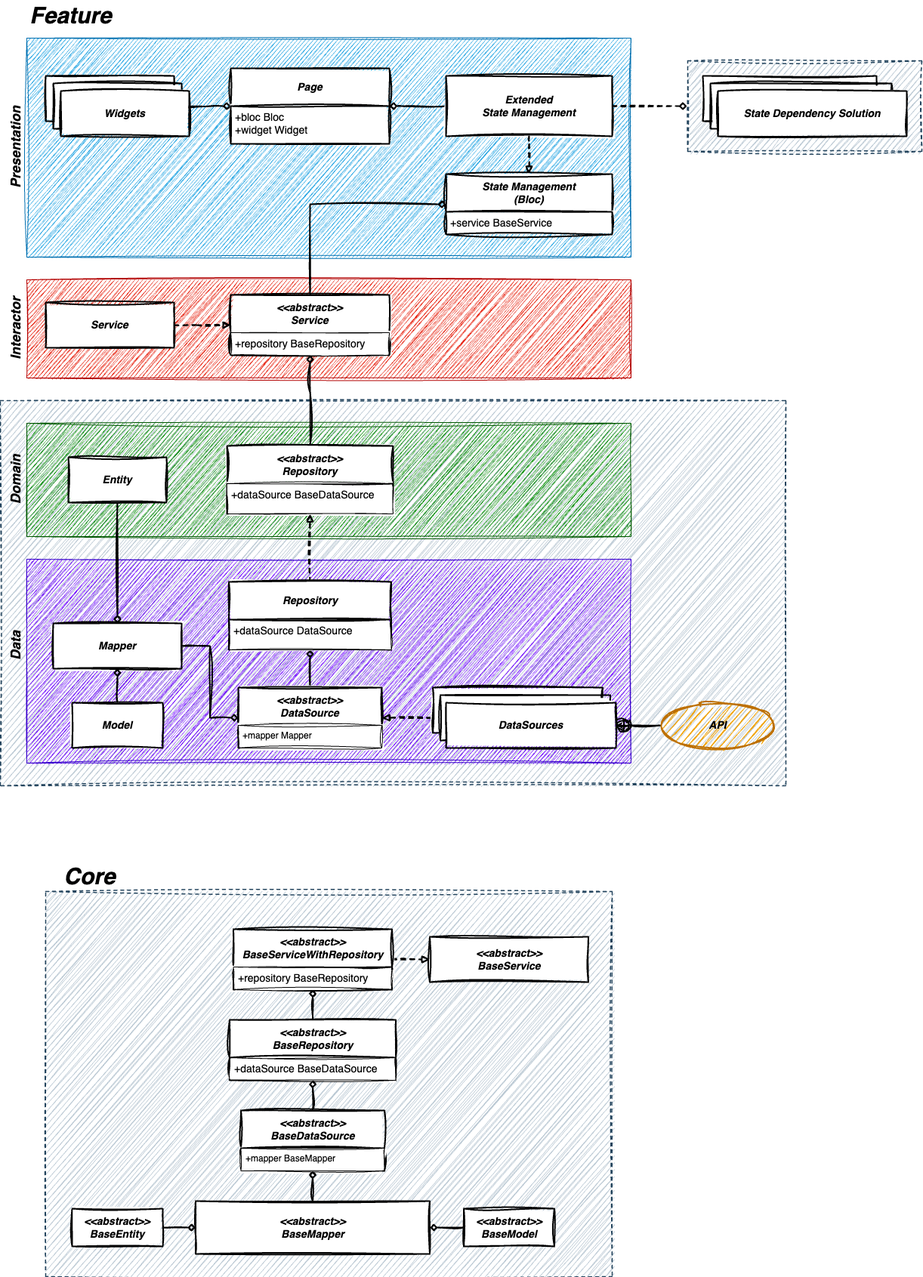
Above: architecture.drawio.png in hamed-rezaee/flutter_component_architecture_poc (draw.io), before the change. Source tidied: cells renumbered, new cells last; positions are measured from the earlier drawing's top-left corner, leaving out a move shared by most shapes.
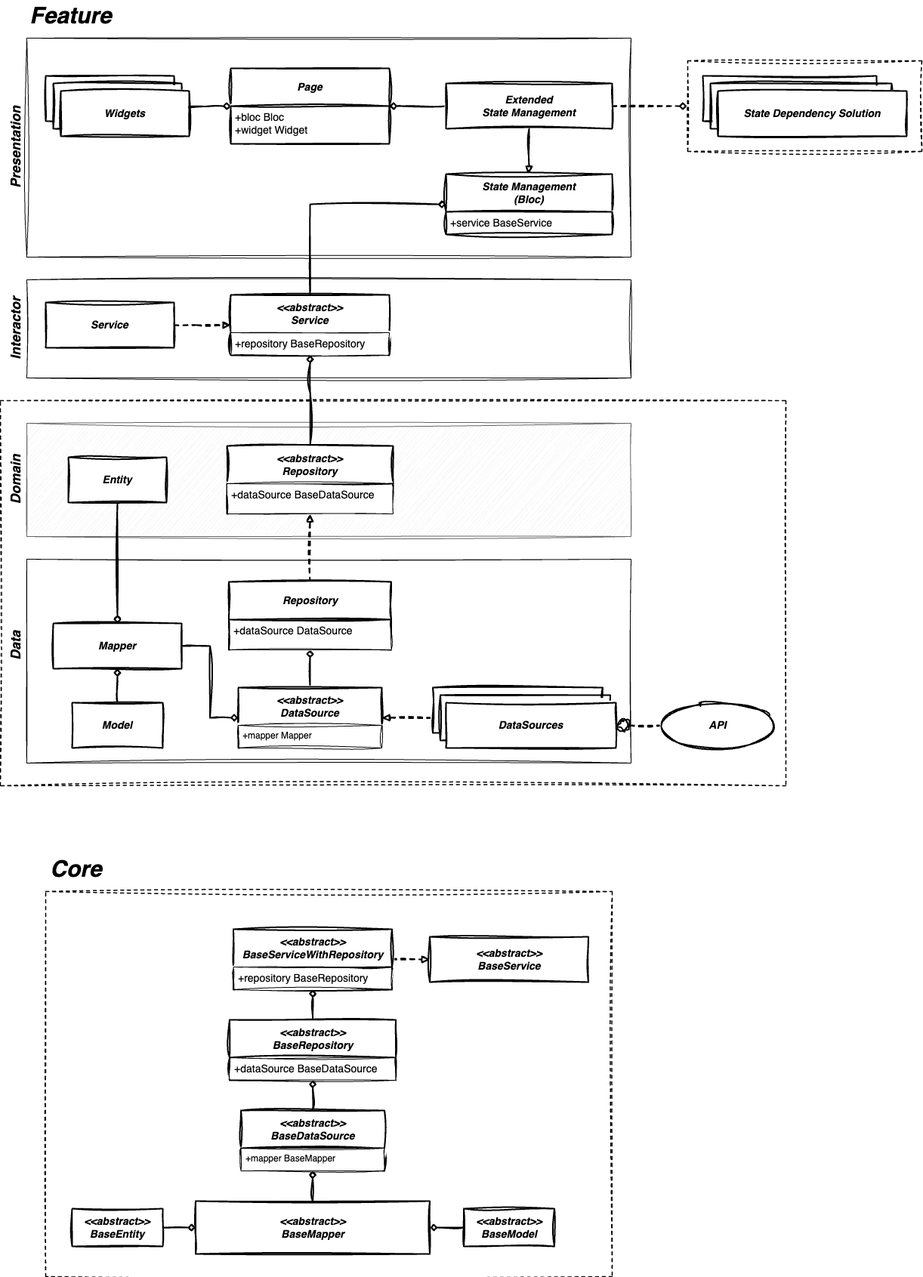
Later version of the same file.

Commit message:
update architecture digram

The edit, as a diff of the source:
```diff
@@ -2,25 +2,25 @@
   <root>
     <mxCell id="0" />
     <mxCell id="1" parent="0" />
-    <mxCell id="2" style="rounded=0;whiteSpace=wrap;html=1;dashed=1;shadow=0;glass=0;fillColor=#bac8d3;sketch=1;curveFitting=1;jiggle=2;strokeWidth=1.5;perimeterSpacing=1;strokeColor=#23445d;" parent="1" vertex="1">
+    <mxCell id="2" style="rounded=0;whiteSpace=wrap;html=1;dashed=1;shadow=0;glass=0;sketch=1;curveFitting=1;jiggle=2;strokeWidth=1.5;perimeterSpacing=1;" parent="1" vertex="1">
       <mxGeometry x="60" y="1180" width="750" height="510" as="geometry" />
     </mxCell>
-    <mxCell id="3" style="rounded=0;whiteSpace=wrap;html=1;dashed=1;shadow=0;glass=0;fillColor=#bac8d3;sketch=1;curveFitting=1;jiggle=2;strokeWidth=1.5;perimeterSpacing=1;strokeColor=#23445d;" parent="1" vertex="1">
+    <mxCell id="3" style="rounded=0;whiteSpace=wrap;html=1;dashed=1;shadow=0;glass=0;sketch=1;curveFitting=1;jiggle=2;strokeWidth=1.5;perimeterSpacing=1;" parent="1" vertex="1">
       <mxGeometry y="530" width="1040" height="510" as="geometry" />
     </mxCell>
-    <mxCell id="4" style="rounded=0;whiteSpace=wrap;html=1;fillColor=#e51400;strokeColor=#B20000;sketch=1;curveFitting=1;jiggle=2;fontColor=#ffffff;" parent="1" vertex="1">
+    <mxCell id="4" style="rounded=0;whiteSpace=wrap;html=1;sketch=1;curveFitting=1;jiggle=2;" parent="1" vertex="1">
       <mxGeometry x="35" y="370" width="800" height="130" as="geometry" />
     </mxCell>
-    <mxCell id="5" style="rounded=0;whiteSpace=wrap;html=1;fillColor=#1ba1e2;strokeColor=#006EAF;sketch=1;curveFitting=1;jiggle=2;fontColor=#ffffff;" parent="1" vertex="1">
+    <mxCell id="5" style="rounded=0;whiteSpace=wrap;html=1;sketch=1;curveFitting=1;jiggle=2;" parent="1" vertex="1">
       <mxGeometry x="35" y="50" width="800" height="290" as="geometry" />
     </mxCell>
-    <mxCell id="6" style="rounded=0;whiteSpace=wrap;html=1;sketch=1;curveFitting=1;jiggle=2;fillColor=#008a00;strokeColor=#005700;fontColor=#ffffff;" parent="1" vertex="1">
+    <mxCell id="6" style="rounded=0;whiteSpace=wrap;html=1;sketch=1;curveFitting=1;jiggle=2;fillColor=#f5f5f5;fontColor=#333333;strokeColor=#666666;" parent="1" vertex="1">
       <mxGeometry x="35" y="560" width="800" height="150" as="geometry" />
     </mxCell>
-    <mxCell id="7" style="rounded=0;whiteSpace=wrap;html=1;fillColor=#6a00ff;strokeColor=#3700CC;sketch=1;curveFitting=1;jiggle=2;fontColor=#ffffff;" parent="1" vertex="1">
+    <mxCell id="7" style="rounded=0;whiteSpace=wrap;html=1;sketch=1;curveFitting=1;jiggle=2;" parent="1" vertex="1">
       <mxGeometry x="35" y="740" width="800" height="270" as="geometry" />
     </mxCell>
-    <mxCell id="8" style="rounded=0;whiteSpace=wrap;html=1;dashed=1;shadow=0;glass=0;fillColor=#bac8d3;sketch=1;curveFitting=1;jiggle=2;strokeWidth=1.5;perimeterSpacing=1;strokeColor=#23445d;" parent="1" vertex="1">
+    <mxCell id="8" style="rounded=0;whiteSpace=wrap;html=1;dashed=1;shadow=0;glass=0;sketch=1;curveFitting=1;jiggle=2;strokeWidth=1.5;perimeterSpacing=1;" parent="1" vertex="1">
       <mxGeometry x="910" y="80" width="310" height="120" as="geometry" />
     </mxCell>
     <mxCell id="9" value="&lt;b&gt;&lt;i&gt;&lt;font style=&quot;font-size: 14px;&quot;&gt;Mapper&lt;br&gt;&lt;/font&gt;&lt;/i&gt;&lt;/b&gt;" style="rounded=0;whiteSpace=wrap;html=1;sketch=1;curveFitting=1;jiggle=2;fontSize=14;fontStyle=0;startSize=50;strokeWidth=2;shadow=0;dashed=0;arcSize=4;" parent="1" vertex="1">
@@ -84,9 +84,6 @@
     <mxCell id="26" value="Data" style="text;strokeColor=none;fillColor=none;html=1;fontSize=18;fontStyle=3;verticalAlign=middle;align=center;sketch=1;curveFitting=1;jiggle=2;horizontal=0;" parent="1" vertex="1">
       <mxGeometry x="5" y="835" width="30" height="40" as="geometry" />
     </mxCell>
-    <mxCell id="27" style="edgeStyle=orthogonalEdgeStyle;rounded=0;jettySize=auto;html=1;" parent="1" edge="1" source="55" target="44">
-      <mxGeometry relative="1" as="geometry" />
-    </mxCell>
     <mxCell id="28" style="edgeStyle=orthogonalEdgeStyle;rounded=0;jettySize=auto;html=1;exitX=0;exitY=0.5;exitDx=0;exitDy=0;entryX=1;entryY=0;entryDx=0;entryDy=0;endArrow=diamond;endFill=0;sketch=1;curveFitting=1;jiggle=2;strokeWidth=2;" parent="1" edge="1" source="29" target="24">
       <mxGeometry relative="1" as="geometry">
         <Array as="points">
@@ -96,7 +93,7 @@
       </mxGeometry>
     </mxCell>
     <mxCell id="29" value="&lt;span&gt;&lt;span&gt;&lt;font style=&quot;&quot;&gt;&lt;b style=&quot;font-size: 14px;&quot;&gt;&lt;i&gt;Extended&lt;br&gt;State&amp;nbsp;&lt;/i&gt;&lt;/b&gt;&lt;b&gt;&lt;i&gt;Management&lt;/i&gt;&lt;/b&gt;&lt;br&gt;&lt;/font&gt;&lt;/span&gt;&lt;/span&gt;" style="rounded=0;whiteSpace=wrap;html=1;fontStyle=0;sketch=1;curveFitting=1;jiggle=2;fontSize=14;startSize=50;strokeWidth=2;shadow=0;dashed=0;arcSize=4;" parent="1" vertex="1">
-      <mxGeometry x="590" y="100" width="220" height="80" as="geometry" />
+      <mxGeometry x="590" y="110" width="220" height="60" as="geometry" />
     </mxCell>
     <mxCell id="30" value="&lt;b&gt;&lt;i&gt;&lt;font style=&quot;font-size: 14px;&quot;&gt;State Listeners&lt;br&gt;&lt;/font&gt;&lt;/i&gt;&lt;/b&gt;" style="rounded=0;whiteSpace=wrap;html=1;sketch=1;curveFitting=1;jiggle=2;fontSize=14;fontStyle=0;startSize=50;strokeWidth=2;shadow=0;dashed=0;arcSize=4;" parent="1" vertex="1">
       <mxGeometry x="930" y="100" width="230" height="60" as="geometry" />
@@ -131,6 +128,9 @@
     <mxCell id="40" value="Domain" style="text;strokeColor=none;fillColor=none;html=1;fontSize=18;fontStyle=3;verticalAlign=middle;align=center;sketch=1;curveFitting=1;jiggle=2;horizontal=0;" parent="1" vertex="1">
       <mxGeometry x="5" y="615" width="30" height="40" as="geometry" />
     </mxCell>
+    <mxCell id="42" style="edgeStyle=orthogonalEdgeStyle;rounded=0;jettySize=auto;html=1;endArrow=block;endFill=0;sketch=1;curveFitting=1;jiggle=2;strokeWidth=2;entryX=0.5;entryY=0;entryDx=0;entryDy=0;" parent="1" edge="1" source="29" target="19">
+      <mxGeometry relative="1" as="geometry" />
+    </mxCell>
     <mxCell id="41" style="edgeStyle=orthogonalEdgeStyle;rounded=0;jettySize=auto;html=1;endArrow=diamond;endFill=0;sketch=1;curveFitting=1;jiggle=2;strokeWidth=2;exitX=0.501;exitY=-0.029;exitDx=0;exitDy=0;exitPerimeter=0;" parent="1" edge="1" source="13" target="16">
       <mxGeometry relative="1" as="geometry">
         <Array as="points">
@@ -139,24 +139,12 @@
         </Array>
       </mxGeometry>
     </mxCell>
-    <mxCell id="42" style="edgeStyle=orthogonalEdgeStyle;rounded=0;jettySize=auto;html=1;endArrow=block;endFill=0;sketch=1;curveFitting=1;jiggle=2;dashed=1;strokeWidth=2;entryX=0.5;entryY=0;entryDx=0;entryDy=0;" parent="1" edge="1" target="19">
-      <mxGeometry relative="1" as="geometry">
-        <mxPoint x="700" y="180" as="sourcePoint" />
-        <Array as="points">
-          <mxPoint x="700" y="190" />
-          <mxPoint x="700" y="190" />
-        </Array>
-      </mxGeometry>
-    </mxCell>
     <mxCell id="43" value="&lt;b&gt;&lt;i&gt;&lt;font style=&quot;font-size: 14px;&quot;&gt;DataSource&lt;br&gt;&lt;/font&gt;&lt;/i&gt;&lt;/b&gt;" style="rounded=0;whiteSpace=wrap;html=1;sketch=1;curveFitting=1;jiggle=2;fontSize=14;fontStyle=0;startSize=50;strokeWidth=2;shadow=0;dashed=0;arcSize=4;" parent="1" vertex="1">
       <mxGeometry x="582.5" y="920" width="225" height="60" as="geometry" />
     </mxCell>
     <mxCell id="44" value="&lt;b&gt;&lt;i&gt;&lt;font style=&quot;font-size: 14px;&quot;&gt;DataSources&lt;br&gt;&lt;/font&gt;&lt;/i&gt;&lt;/b&gt;" style="rounded=0;whiteSpace=wrap;html=1;sketch=1;curveFitting=1;jiggle=2;fontSize=14;fontStyle=0;startSize=50;strokeWidth=2;shadow=0;dashed=0;arcSize=4;" parent="1" vertex="1">
       <mxGeometry x="590" y="930" width="225" height="60" as="geometry" />
     </mxCell>
-    <mxCell id="45" style="edgeStyle=orthogonalEdgeStyle;rounded=0;jettySize=auto;html=1;endArrow=circlePlus;endFill=0;sketch=1;curveFitting=1;jiggle=2;strokeWidth=2;entryX=1;entryY=0.5;entryDx=0;entryDy=0;exitX=0;exitY=0.5;exitDx=0;exitDy=0;" parent="1" edge="1" source="55" target="44">
-      <mxGeometry relative="1" as="geometry" />
-    </mxCell>
     <mxCell id="46" style="edgeStyle=orthogonalEdgeStyle;rounded=0;jettySize=auto;html=1;sketch=1;curveFitting=1;jiggle=2;endArrow=diamond;endFill=0;dashed=1;strokeWidth=2;exitX=1;exitY=0.5;exitDx=0;exitDy=0;entryX=0;entryY=0.5;entryDx=0;entryDy=0;" parent="1" edge="1" source="29" target="8">
       <mxGeometry relative="1" as="geometry" />
     </mxCell>
@@ -188,7 +176,10 @@
     <mxCell id="54" value="&lt;font style=&quot;font-size: 14px;&quot;&gt;+dataSource DataSource&lt;/font&gt;" style="align=left;spacingLeft=4;fontSize=12;verticalAlign=top;html=1;sketch=1;curveFitting=1;jiggle=2;labelBackgroundColor=none;" parent="53" vertex="1">
       <mxGeometry y="50" width="215" height="40" as="geometry" />
     </mxCell>
+    <mxCell id="73" style="edgeStyle=orthogonalEdgeStyle;rounded=0;jettySize=auto;html=1;exitX=0;exitY=0.5;exitDx=0;exitDy=0;entryX=1;entryY=0.5;entryDx=0;entryDy=0;endArrow=circle;endFill=0;sketch=1;curveFitting=1;jiggle=2;dashed=1;strokeWidth=2;" parent="1" edge="1" source="55" target="44">
+      <mxGeometry relative="1" as="geometry" />
+    </mxCell>
-    <mxCell id="55" value="&lt;font style=&quot;font-size: 14px;&quot;&gt;&lt;i&gt;API&lt;/i&gt;&lt;/font&gt;" style="ellipse;whiteSpace=wrap;html=1;fontStyle=1;fontSize=12;fillColor=#f0a30a;strokeColor=#BD7000;sketch=1;curveFitting=1;jiggle=2;strokeWidth=2;fontColor=#000000;" parent="1" vertex="1">
+    <mxCell id="55" value="&lt;font style=&quot;font-size: 14px;&quot;&gt;&lt;i&gt;API&lt;/i&gt;&lt;/font&gt;" style="ellipse;whiteSpace=wrap;html=1;fontStyle=1;fontSize=12;sketch=1;curveFitting=1;jiggle=2;strokeWidth=2;" parent="1" vertex="1">
       <mxGeometry x="875" y="930" width="150" height="60" as="geometry" />
     </mxCell>
     <mxCell id="56" style="edgeStyle=orthogonalEdgeStyle;rounded=0;jettySize=auto;html=1;exitX=0;exitY=0.5;exitDx=0;exitDy=0;entryX=1;entryY=0.5;entryDx=0;entryDy=0;endArrow=diamond;endFill=0;sketch=1;curveFitting=1;jiggle=2;strokeWidth=2;" parent="1" edge="1" source="57" target="60">
@@ -237,7 +228,7 @@
       <mxGeometry relative="1" as="geometry" />
     </mxCell>
     <mxCell id="71" value="&lt;font style=&quot;font-size: 30px;&quot;&gt;Core&lt;/font&gt;" style="text;strokeColor=none;fillColor=none;html=1;fontSize=24;fontStyle=3;verticalAlign=middle;align=center;sketch=1;curveFitting=1;jiggle=2;" parent="1" vertex="1">
-      <mxGeometry x="60" y="1140" width="115" height="40" as="geometry" />
+      <mxGeometry x="60" y="1130" width="80" height="40" as="geometry" />
     </mxCell>
     <mxCell id="72" value="&lt;b style=&quot;border-color: var(--border-color); font-size: 12px;&quot;&gt;&lt;i style=&quot;border-color: var(--border-color);&quot;&gt;&lt;font style=&quot;border-color: var(--border-color); font-size: 14px;&quot;&gt;&amp;lt;&amp;lt;abstract&amp;gt;&amp;gt;&lt;br style=&quot;border-color: var(--border-color);&quot;&gt;BaseService&lt;/font&gt;&lt;/i&gt;&lt;/b&gt;" style="swimlane;horizontal=1;startSize=80;rounded=0;fontSize=14;fontStyle=0;strokeWidth=2;shadow=0;dashed=0;align=center;arcSize=4;whiteSpace=wrap;html=1;sketch=1;curveFitting=1;jiggle=2;swimlaneFillColor=default;" parent="1" vertex="1">
       <mxGeometry x="568.5" y="1240" width="210" height="60" as="geometry" />
```
